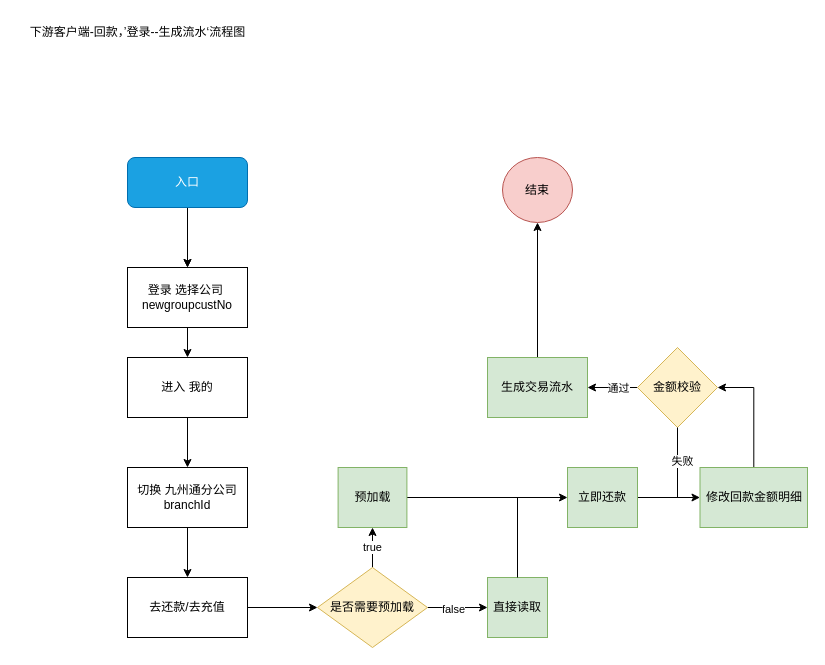
Before: jzt-回款-流程图.drawio in koralcc/resource, a draw.io diagram. Source tidied: cells renumbered, new cells numbered last; positions are measured from the earlier drawing's top-left corner, leaving out a move shared by most shapes. Both pictures are drawn from the tidied source at 100%, with x=0, y=0 at pixel (17, 17).
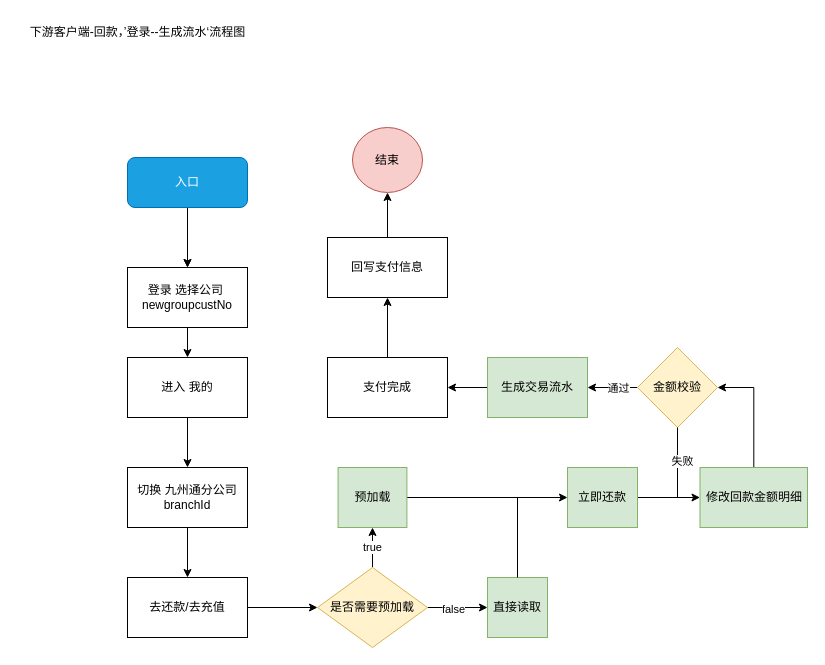
Above is the later version.

Commit message:
更新jzt-回款-流程图.drawio

The change refers to these unchanged cells:
```xml
<mxCell id="29" value="生成交易流水" style="whiteSpace=wrap;html=1;rounded=0;fillColor=#d5e8d4;strokeColor=#82b366;" parent="1" vertex="1">
  <mxGeometry x="470" y="340" width="100" height="60" as="geometry" />
</mxCell>
```

Diff of the diagram source:
```diff
@@
-    <mxCell id="28" style="edgeStyle=orthogonalEdgeStyle;rounded=0;jettySize=auto;html=1;" parent="1" edge="1" source="29" target="32">
-      <mxGeometry relative="1" as="geometry" />
-    </mxCell>
+    <mxCell id="34" style="edgeStyle=orthogonalEdgeStyle;rounded=0;jettySize=auto;html=1;" parent="1" edge="1" source="29" target="36">
+      <mxGeometry relative="1" as="geometry" />
+    </mxCell>
@@
     <mxCell id="32" value="结束" style="ellipse;whiteSpace=wrap;html=1;rounded=0;fillColor=#f8cecc;strokeColor=#b85450;" parent="1" vertex="1">
-      <mxGeometry x="485" y="140" width="70" height="65" as="geometry" />
+      <mxGeometry x="335" y="110" width="70" height="65" as="geometry" />
     </mxCell>
@@
+    <mxCell id="35" style="edgeStyle=orthogonalEdgeStyle;rounded=0;jettySize=auto;html=1;" parent="1" edge="1" source="36" target="38">
+      <mxGeometry relative="1" as="geometry" />
+    </mxCell>
+    <mxCell id="36" value="支付完成" style="whiteSpace=wrap;html=1;rounded=0;" parent="1" vertex="1">
+      <mxGeometry x="310" y="340" width="120" height="60" as="geometry" />
+    </mxCell>
+    <mxCell id="37" style="edgeStyle=orthogonalEdgeStyle;rounded=0;jettySize=auto;html=1;" parent="1" edge="1" source="38" target="32">
+      <mxGeometry relative="1" as="geometry" />
+    </mxCell>
+    <mxCell id="38" value="回写支付信息" style="whiteSpace=wrap;html=1;rounded=0;" parent="1" vertex="1">
+      <mxGeometry x="310" y="220" width="120" height="60" as="geometry" />
+    </mxCell>
```
